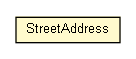
Above: apidocs/nl/geozet/openls/databinding/openls/StreetAddress.png in geozet/openls-databinding (Graphviz), before the change. Its source is kept beside it as apidocs/nl/geozet/openls/databinding/openls/StreetAddress.dot. The source it was exported from:
```dot

digraph G {
	edge [fontname="arial",fontsize=10,labelfontname="arial",labelfontsize=10];
	node [fontname="arial",fontsize=10,shape=plaintext];
	nodesep=0.25;
	ranksep=0.5;
	c351 [label=<<table title="nl.geozet.openls.databinding.openls.StreetAddress" border="0" cellborder="1" cellspacing="0" cellpadding="2" port="p" bgcolor="lemonChiffon" href="./StreetAddress.html">
		<tr><td><table border="0" cellspacing="0" cellpadding="1">
<tr><td align="center" balign="center"> StreetAddress </td></tr>
		</table></td></tr>
		</table>>, URL="./StreetAddress.html", fontname="arial", fontcolor="black", fontsize=10.0];
}
```
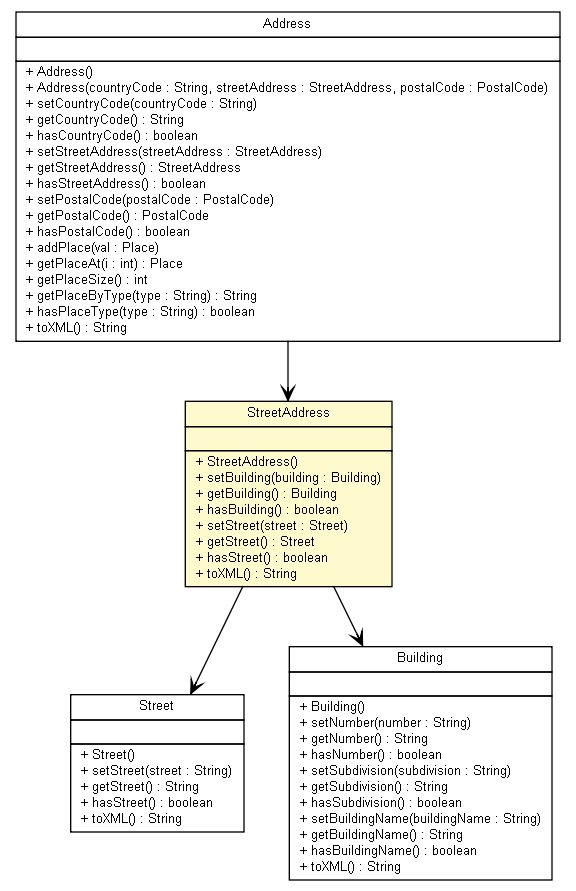
After the commit.

Change to the diagram source:
```diff
@@ -4,9 +4,88 @@
 	node [fontname="arial",fontsize=10,shape=plaintext];
 	nodesep=0.25;
 	ranksep=0.5;
-	c351 [label=<<table title="nl.geozet.openls.databinding.openls.StreetAddress" border="0" cellborder="1" cellspacing="0" cellpadding="2" port="p" bgcolor="lemonChiffon" href="./StreetAddress.html">
+	c352 [label=<<table title="nl.geozet.openls.databinding.openls.StreetAddress" border="0" cellborder="1" cellspacing="0" cellpadding="2" port="p" bgcolor="lemonChiffon" href="./StreetAddress.html">
 		<tr><td><table border="0" cellspacing="0" cellpadding="1">
 <tr><td align="center" balign="center"> StreetAddress </td></tr>
 		</table></td></tr>
+		<tr><td><table border="0" cellspacing="0" cellpadding="1">
+<tr><td align="left" balign="left">  </td></tr>
+		</table></td></tr>
+		<tr><td><table border="0" cellspacing="0" cellpadding="1">
+<tr><td align="left" balign="left"> + StreetAddress() </td></tr>
+<tr><td align="left" balign="left"> + setBuilding(building : Building) </td></tr>
+<tr><td align="left" balign="left"> + getBuilding() : Building </td></tr>
+<tr><td align="left" balign="left"> + hasBuilding() : boolean </td></tr>
+<tr><td align="left" balign="left"> + setStreet(street : Street) </td></tr>
+<tr><td align="left" balign="left"> + getStreet() : Street </td></tr>
+<tr><td align="left" balign="left"> + hasStreet() : boolean </td></tr>
+<tr><td align="left" balign="left"> + toXML() : String </td></tr>
+		</table></td></tr>
 		</table>>, URL="./StreetAddress.html", fontname="arial", fontcolor="black", fontsize=10.0];
+	c353 [label=<<table title="nl.geozet.openls.databinding.openls.Street" border="0" cellborder="1" cellspacing="0" cellpadding="2" port="p" href="./Street.html">
+		<tr><td><table border="0" cellspacing="0" cellpadding="1">
+<tr><td align="center" balign="center"> Street </td></tr>
+		</table></td></tr>
+		<tr><td><table border="0" cellspacing="0" cellpadding="1">
+<tr><td align="left" balign="left">  </td></tr>
+		</table></td></tr>
+		<tr><td><table border="0" cellspacing="0" cellpadding="1">
+<tr><td align="left" balign="left"> + Street() </td></tr>
+<tr><td align="left" balign="left"> + setStreet(street : String) </td></tr>
+<tr><td align="left" balign="left"> + getStreet() : String </td></tr>
+<tr><td align="left" balign="left"> + hasStreet() : boolean </td></tr>
+<tr><td align="left" balign="left"> + toXML() : String </td></tr>
+		</table></td></tr>
+		</table>>, URL="./Street.html", fontname="arial", fontcolor="black", fontsize=10.0];
+	c361 [label=<<table title="nl.geozet.openls.databinding.openls.Building" border="0" cellborder="1" cellspacing="0" cellpadding="2" port="p" href="./Building.html">
+		<tr><td><table border="0" cellspacing="0" cellpadding="1">
+<tr><td align="center" balign="center"> Building </td></tr>
+		</table></td></tr>
+		<tr><td><table border="0" cellspacing="0" cellpadding="1">
+<tr><td align="left" balign="left">  </td></tr>
+		</table></td></tr>
+		<tr><td><table border="0" cellspacing="0" cellpadding="1">
+<tr><td align="left" balign="left"> + Building() </td></tr>
+<tr><td align="left" balign="left"> + setNumber(number : String) </td></tr>
+<tr><td align="left" balign="left"> + getNumber() : String </td></tr>
+<tr><td align="left" balign="left"> + hasNumber() : boolean </td></tr>
+<tr><td align="left" balign="left"> + setSubdivision(subdivision : String) </td></tr>
+<tr><td align="left" balign="left"> + getSubdivision() : String </td></tr>
+<tr><td align="left" balign="left"> + hasSubdivision() : boolean </td></tr>
+<tr><td align="left" balign="left"> + setBuildingName(buildingName : String) </td></tr>
+<tr><td align="left" balign="left"> + getBuildingName() : String </td></tr>
+<tr><td align="left" balign="left"> + hasBuildingName() : boolean </td></tr>
+<tr><td align="left" balign="left"> + toXML() : String </td></tr>
+		</table></td></tr>
+		</table>>, URL="./Building.html", fontname="arial", fontcolor="black", fontsize=10.0];
+	c362 [label=<<table title="nl.geozet.openls.databinding.openls.Address" border="0" cellborder="1" cellspacing="0" cellpadding="2" port="p" href="./Address.html">
+		<tr><td><table border="0" cellspacing="0" cellpadding="1">
+<tr><td align="center" balign="center"> Address </td></tr>
+		</table></td></tr>
+		<tr><td><table border="0" cellspacing="0" cellpadding="1">
+<tr><td align="left" balign="left">  </td></tr>
+		</table></td></tr>
+		<tr><td><table border="0" cellspacing="0" cellpadding="1">
+<tr><td align="left" balign="left"> + Address() </td></tr>
+<tr><td align="left" balign="left"> + Address(countryCode : String, streetAddress : StreetAddress, postalCode : PostalCode) </td></tr>
+<tr><td align="left" balign="left"> + setCountryCode(countryCode : String) </td></tr>
+<tr><td align="left" balign="left"> + getCountryCode() : String </td></tr>
+<tr><td align="left" balign="left"> + hasCountryCode() : boolean </td></tr>
+<tr><td align="left" balign="left"> + setStreetAddress(streetAddress : StreetAddress) </td></tr>
+<tr><td align="left" balign="left"> + getStreetAddress() : StreetAddress </td></tr>
+<tr><td align="left" balign="left"> + hasStreetAddress() : boolean </td></tr>
+<tr><td align="left" balign="left"> + setPostalCode(postalCode : PostalCode) </td></tr>
+<tr><td align="left" balign="left"> + getPostalCode() : PostalCode </td></tr>
+<tr><td align="left" balign="left"> + hasPostalCode() : boolean </td></tr>
+<tr><td align="left" balign="left"> + addPlace(val : Place) </td></tr>
+<tr><td align="left" balign="left"> + getPlaceAt(i : int) : Place </td></tr>
+<tr><td align="left" balign="left"> + getPlaceSize() : int </td></tr>
+<tr><td align="left" balign="left"> + getPlaceByType(type : String) : String </td></tr>
+<tr><td align="left" balign="left"> + hasPlaceType(type : String) : boolean </td></tr>
+<tr><td align="left" balign="left"> + toXML() : String </td></tr>
+		</table></td></tr>
+		</table>>, URL="./Address.html", fontname="arial", fontcolor="black", fontsize=10.0];
+	c352:p -> c361:p [taillabel="", label="", headlabel="", fontname="arial", fontcolor="black", fontsize=10.0, color="black", arrowhead=open];
+	c352:p -> c353:p [taillabel="", label="", headlabel="", fontname="arial", fontcolor="black", fontsize=10.0, color="black", arrowhead=open];
+	c362:p -> c352:p [taillabel="", label="", headlabel="", fontname="arial", fontcolor="black", fontsize=10.0, color="black", arrowhead=open];
 }
```
